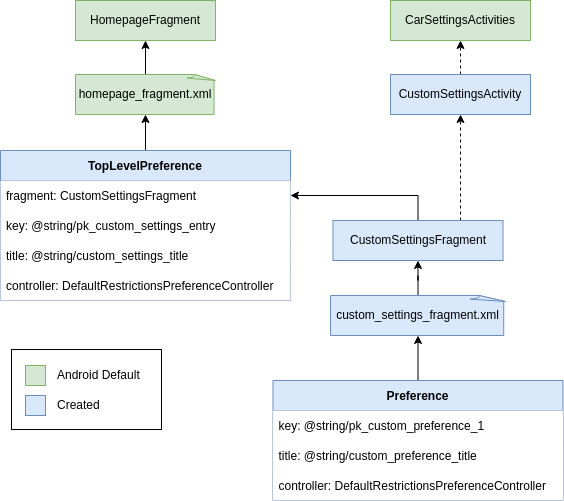
This is readme/CarSettings.drawio.png from sudoariel/AOSP-CarSettings, a draw.io export, as it was before one commit. Source tidied: cells renumbered, new cells last; positions are measured from the earlier drawing's top-left corner, leaving out a move shared by most shapes.
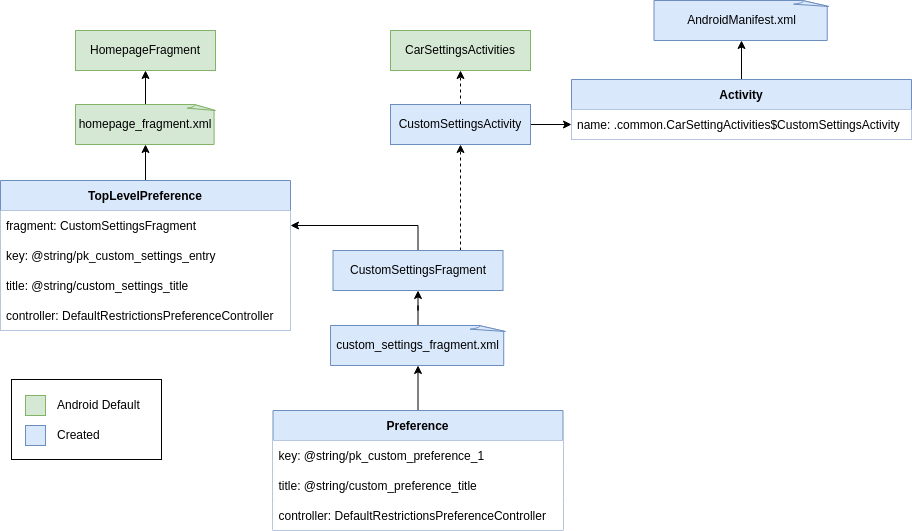
Later version of the same file.

What changed in the source:
```diff
@@ -68,6 +68,9 @@
     <mxCell id="23" style="edgeStyle=orthogonalEdgeStyle;rounded=0;jettySize=auto;html=1;exitX=0.5;exitY=0;exitDx=0;exitDy=0;entryX=0.5;entryY=1;entryDx=0;entryDy=0;dashed=1;" parent="1" edge="1" source="24" target="22">
       <mxGeometry relative="1" as="geometry" />
     </mxCell>
+    <mxCell id="29" style="edgeStyle=orthogonalEdgeStyle;rounded=0;jettySize=auto;html=1;entryX=0;entryY=0.5;entryDx=0;entryDy=0;" parent="1" edge="1" source="24" target="33">
+      <mxGeometry relative="1" as="geometry" />
+    </mxCell>
     <mxCell id="24" value="CustomSettingsActivity" style="rounded=0;whiteSpace=wrap;html=1;fillColor=#dae8fc;strokeColor=#6c8ebf;" parent="1" vertex="1">
       <mxGeometry x="390" y="74" width="140" height="40" as="geometry" />
     </mxCell>
@@ -83,5 +86,17 @@
     <mxCell id="28" value="Created" style="text;html=1;strokeColor=none;fillColor=none;align=left;verticalAlign=middle;whiteSpace=wrap;rounded=0;labelBackgroundColor=#FFFFFF;" parent="1" vertex="1">
       <mxGeometry x="55" y="390" width="160" height="30" as="geometry" />
     </mxCell>
+    <mxCell id="30" value="AndroidManifest.xml" style="whiteSpace=wrap;html=1;shape=mxgraph.basic.document;fillColor=#dae8fc;strokeColor=#6c8ebf;" parent="1" vertex="1">
+      <mxGeometry x="653.5" y="-30" width="175" height="40" as="geometry" />
+    </mxCell>
+    <mxCell id="31" style="edgeStyle=orthogonalEdgeStyle;rounded=0;jettySize=auto;html=1;entryX=0.5;entryY=1;entryDx=0;entryDy=0;entryPerimeter=0;" parent="1" edge="1" source="32" target="30">
+      <mxGeometry relative="1" as="geometry" />
+    </mxCell>
+    <mxCell id="32" value="Activity" style="swimlane;fontStyle=1;horizontal=1;startSize=30;fillColor=#dae8fc;strokeColor=#6c8ebf;" parent="1" vertex="1">
+      <mxGeometry x="571" y="49" width="340" height="60" as="geometry" />
+    </mxCell>
+    <mxCell id="33" value="name: .common.CarSettingActivities$CustomSettingsActivity" style="text;strokeColor=none;fillColor=#FFFFFF;align=left;verticalAlign=middle;spacingLeft=4;spacingRight=4;overflow=hidden;points=[[0,0.5],[1,0.5]];portConstraint=eastwest;" parent="32" vertex="1">
+      <mxGeometry y="30" width="340" height="30" as="geometry" />
+    </mxCell>
   </root>
 </mxGraphModel>
```
